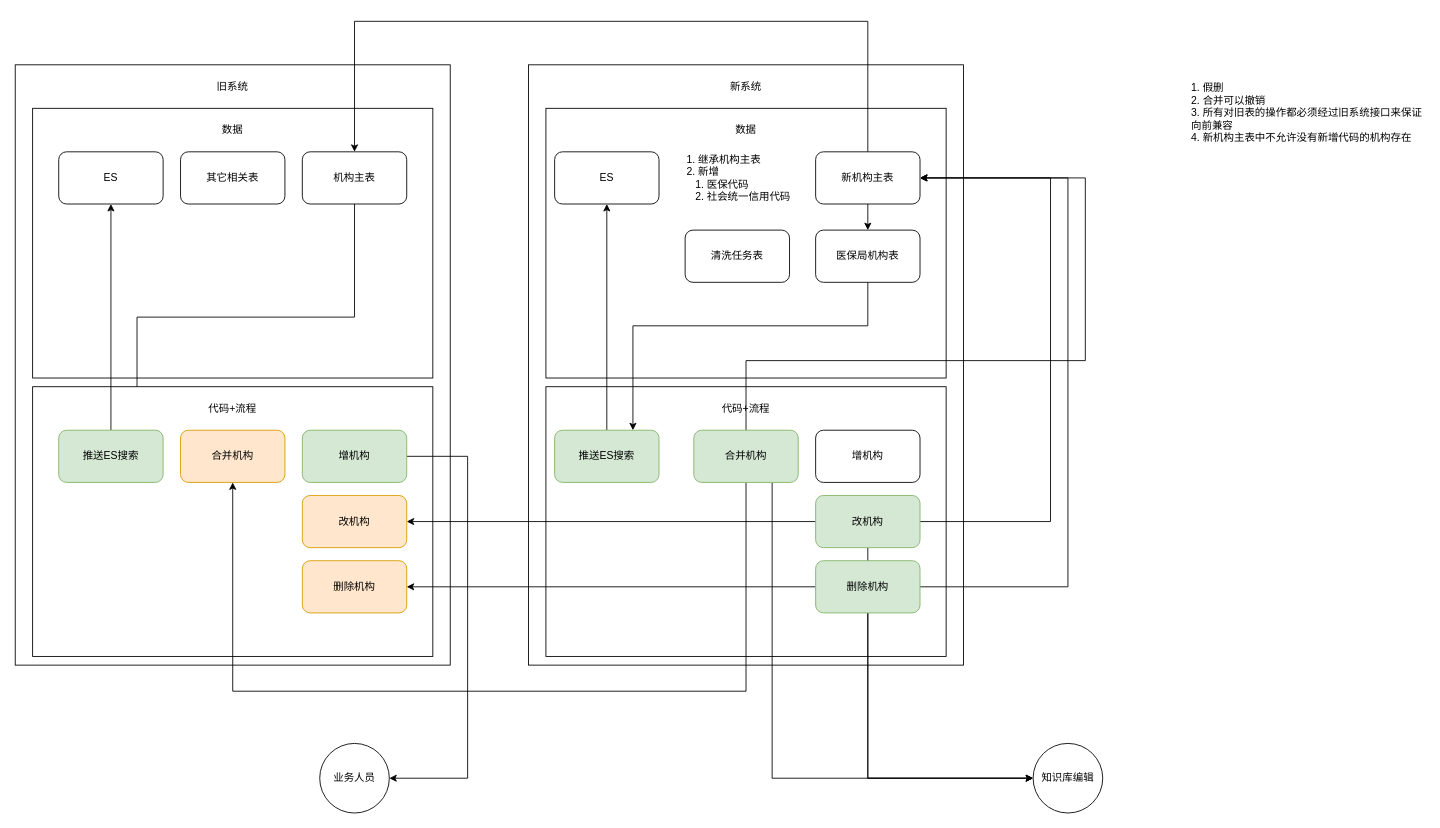
XiaoLiuAI/diagrams keeps this draw.io diagram as 知识库.drawio. Above is the earlier version. Source tidied: cells renumbered, new cells numbered last; positions are measured from the earlier drawing's top-left corner, leaving out a move shared by most shapes. Both pictures are drawn from the tidied source at 87%, with x=0, y=0 at pixel (15, 21).
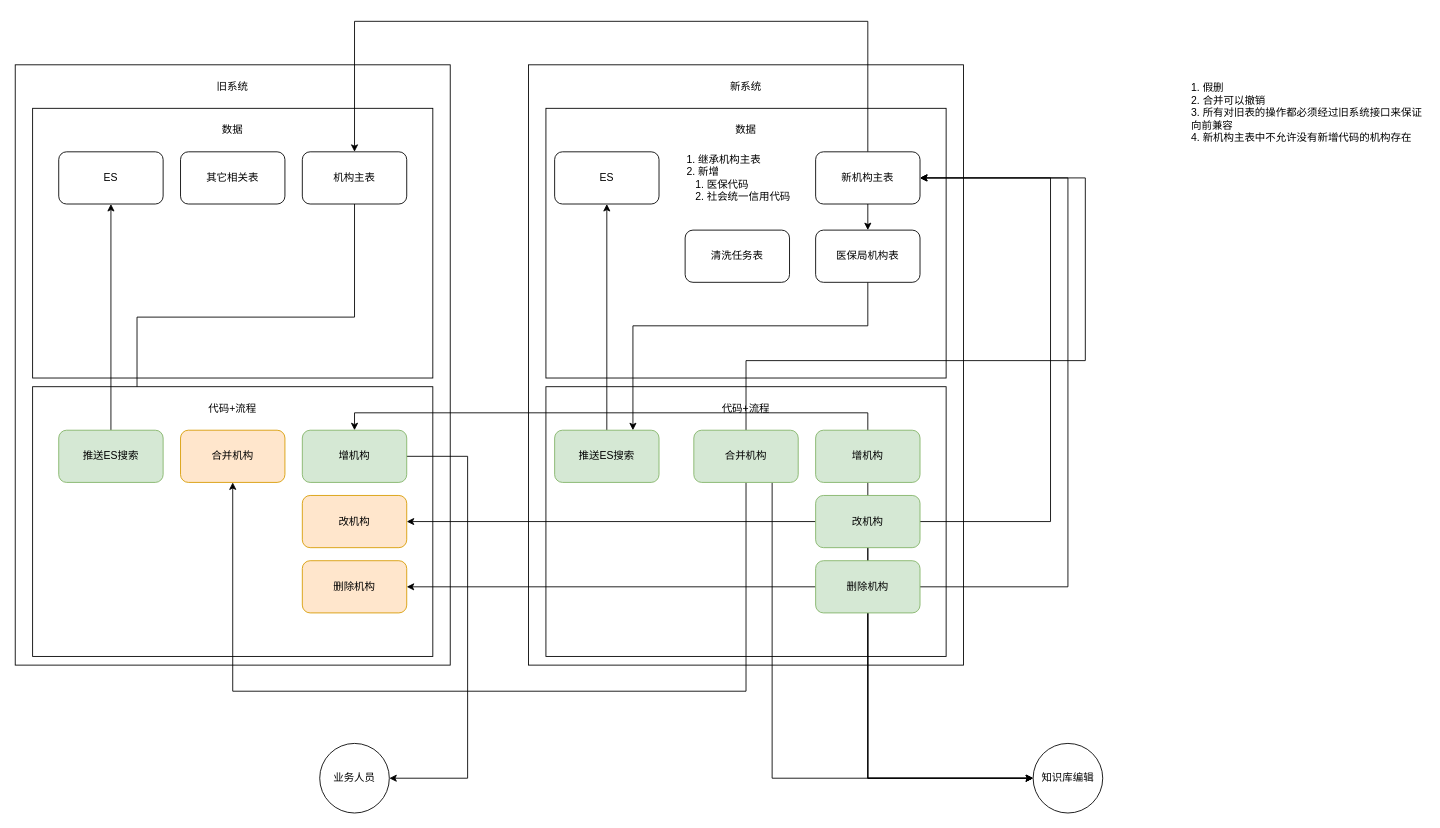
Above is the later version.

Commit message (it also covers changes not shown here):
更新知识库.drawio

The change refers to these unchanged cells:
```xml
<mxCell id="11" value="增机构" style="rounded=1;whiteSpace=wrap;html=1;fillColor=#d5e8d4;strokeColor=#82b366;" parent="1" vertex="1">
  <mxGeometry x="330" y="470" width="120" height="60" as="geometry" />
</mxCell>
<mxCell id="49" value="知识库编辑" style="ellipse;whiteSpace=wrap;html=1;" parent="1" vertex="1">
  <mxGeometry x="1170" y="830" width="80" height="80" as="geometry" />
</mxCell>
```

Change to the diagram source:
```diff
@@
+    <mxCell id="51" style="edgeStyle=orthogonalEdgeStyle;rounded=0;jettySize=auto;html=1;exitX=0.5;exitY=1;exitDx=0;exitDy=0;entryX=0;entryY=0.5;entryDx=0;entryDy=0;" parent="1" edge="1" source="28" target="49">
+      <mxGeometry relative="1" as="geometry" />
+    </mxCell>
+    <mxCell id="52" style="edgeStyle=orthogonalEdgeStyle;rounded=0;jettySize=auto;html=1;exitX=0.5;exitY=0;exitDx=0;exitDy=0;entryX=0.5;entryY=0;entryDx=0;entryDy=0;" parent="1" edge="1" source="28" target="11">
+      <mxGeometry relative="1" as="geometry">
+        <Array as="points">
+          <mxPoint x="980" y="450" />
+          <mxPoint x="390" y="450" />
+        </Array>
+      </mxGeometry>
+    </mxCell>
-    <mxCell id="28" value="增机构" style="rounded=1;whiteSpace=wrap;html=1;" parent="1" vertex="1">
+    <mxCell id="28" value="增机构" style="rounded=1;whiteSpace=wrap;html=1;fillColor=#d5e8d4;strokeColor=#82b366;" parent="1" vertex="1">
       <mxGeometry x="920" y="470" width="120" height="60" as="geometry" />
     </mxCell>
```
